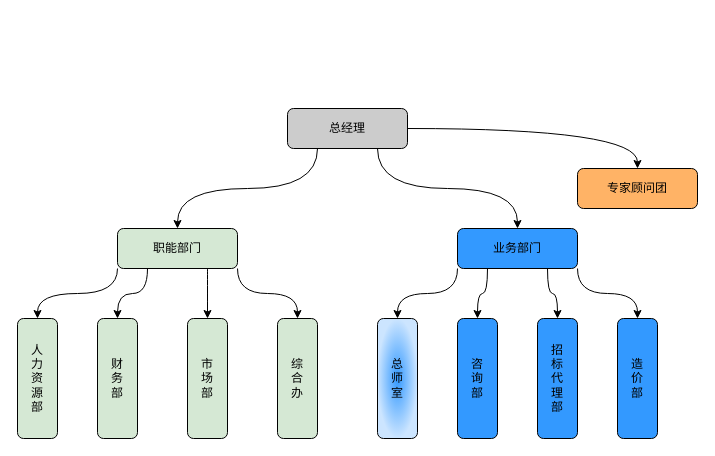
26awen/drawiofiles keeps this draw.io diagram as 公开招标流程.drawio. Above is the earlier version. Source tidied: cells renumbered, new cells numbered last; positions are measured from the earlier drawing's top-left corner, leaving out a move shared by most shapes. Both pictures are drawn from the tidied source at 100%, with x=0, y=0 at pixel (-23, 108).
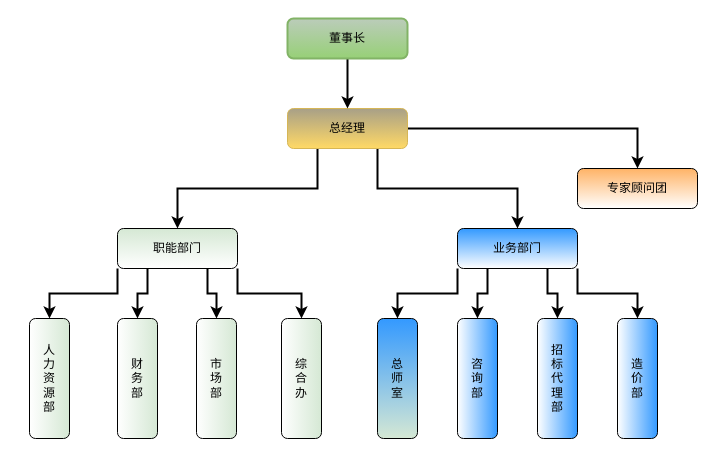
The same page after the edit.

Commit message:
更新公开招标流程.drawio

Change to the diagram source:
```diff
@@
-    <mxCell id="2" style="edgeStyle=orthogonalEdgeStyle;rounded=0;jettySize=auto;html=1;exitX=0.25;exitY=1;exitDx=0;exitDy=0;curved=1;" parent="1" edge="1" source="5" target="10">
+    <mxCell id="2" style="edgeStyle=orthogonalEdgeStyle;rounded=0;jettySize=auto;html=1;exitX=0.25;exitY=1;exitDx=0;exitDy=0;strokeWidth=2;" parent="1" edge="1" source="5" target="10">
       <mxGeometry relative="1" as="geometry" />
     </mxCell>
-    <mxCell id="3" style="edgeStyle=orthogonalEdgeStyle;rounded=0;jettySize=auto;html=1;exitX=1;exitY=0.5;exitDx=0;exitDy=0;curved=1;" parent="1" edge="1" source="5" target="21">
+    <mxCell id="3" style="edgeStyle=orthogonalEdgeStyle;rounded=0;jettySize=auto;html=1;exitX=1;exitY=0.5;exitDx=0;exitDy=0;strokeWidth=2;" parent="1" edge="1" source="5" target="21">
       <mxGeometry relative="1" as="geometry" />
     </mxCell>
-    <mxCell id="4" style="edgeStyle=orthogonalEdgeStyle;rounded=0;jettySize=auto;html=1;exitX=0.75;exitY=1;exitDx=0;exitDy=0;entryX=0.5;entryY=0;entryDx=0;entryDy=0;curved=1;" parent="1" edge="1" source="5" target="16">
+    <mxCell id="4" style="edgeStyle=orthogonalEdgeStyle;rounded=0;jettySize=auto;html=1;exitX=0.75;exitY=1;exitDx=0;exitDy=0;entryX=0.5;entryY=0;entryDx=0;entryDy=0;strokeWidth=2;" parent="1" edge="1" source="5" target="16">
       <mxGeometry relative="1" as="geometry" />
     </mxCell>
-    <mxCell id="5" value="总经理" style="rounded=1;whiteSpace=wrap;html=1;fillColor=#CCCCCC;fillStyle=auto;gradientColor=none;" parent="1" vertex="1">
+    <mxCell id="5" value="总经理" style="rounded=1;whiteSpace=wrap;html=1;fillColor=#A8A087;fillStyle=auto;gradientColor=#ffd966;strokeColor=#d6b656;" parent="1" vertex="1">
       <mxGeometry x="310" width="120" height="40" as="geometry" />
     </mxCell>
-    <mxCell id="6" style="edgeStyle=orthogonalEdgeStyle;rounded=0;jettySize=auto;html=1;exitX=0;exitY=1;exitDx=0;exitDy=0;curved=1;" parent="1" edge="1" source="10" target="11">
+    <mxCell id="6" style="edgeStyle=orthogonalEdgeStyle;rounded=0;jettySize=auto;html=1;exitX=0;exitY=1;exitDx=0;exitDy=0;strokeWidth=2;" parent="1" edge="1" source="10" target="11">
       <mxGeometry relative="1" as="geometry" />
     </mxCell>
-    <mxCell id="7" style="edgeStyle=orthogonalEdgeStyle;rounded=0;jettySize=auto;html=1;exitX=1;exitY=1;exitDx=0;exitDy=0;curved=1;" parent="1" edge="1" source="10" target="18">
+    <mxCell id="7" style="edgeStyle=orthogonalEdgeStyle;rounded=0;jettySize=auto;html=1;exitX=1;exitY=1;exitDx=0;exitDy=0;strokeWidth=2;" parent="1" edge="1" source="10" target="18">
       <mxGeometry relative="1" as="geometry" />
     </mxCell>
-    <mxCell id="8" style="edgeStyle=orthogonalEdgeStyle;rounded=0;jettySize=auto;html=1;exitX=0.75;exitY=1;exitDx=0;exitDy=0;entryX=0;entryY=0.5;entryDx=0;entryDy=0;curved=1;" parent="1" edge="1" source="10" target="19">
+    <mxCell id="8" style="edgeStyle=orthogonalEdgeStyle;rounded=0;jettySize=auto;html=1;exitX=0.75;exitY=1;exitDx=0;exitDy=0;entryX=0;entryY=0.5;entryDx=0;entryDy=0;strokeWidth=2;" parent="1" edge="1" source="10" target="19">
       <mxGeometry relative="1" as="geometry" />
     </mxCell>
-    <mxCell id="9" style="edgeStyle=orthogonalEdgeStyle;rounded=0;jettySize=auto;html=1;exitX=0.25;exitY=1;exitDx=0;exitDy=0;entryX=0;entryY=0.5;entryDx=0;entryDy=0;curved=1;" parent="1" edge="1" source="10" target="17">
+    <mxCell id="9" style="edgeStyle=orthogonalEdgeStyle;rounded=0;jettySize=auto;html=1;exitX=0.25;exitY=1;exitDx=0;exitDy=0;strokeWidth=2;" parent="1" edge="1" source="10" target="17">
       <mxGeometry relative="1" as="geometry" />
     </mxCell>
-    <mxCell id="10" value="职能部门" style="rounded=1;whiteSpace=wrap;html=1;fillColor=#D5E8D4;" parent="1" vertex="1">
+    <mxCell id="10" value="职能部门" style="rounded=1;whiteSpace=wrap;html=1;fillColor=#D5E8D4;gradientColor=#FFFFFF;" parent="1" vertex="1">
       <mxGeometry x="140" y="120" width="120" height="40" as="geometry" />
     </mxCell>
-    <mxCell id="11" value="人&lt;br&gt;力&lt;br&gt;资&lt;br&gt;源&lt;br&gt;部" style="rounded=1;whiteSpace=wrap;html=1;fillColor=#D5E8D4;rotation=90;verticalAlign=middle;align=center;horizontal=0;" parent="1" vertex="1">
-      <mxGeometry y="250" width="120" height="40" as="geometry" />
+    <mxCell id="11" value="人&lt;br&gt;力&lt;br&gt;资&lt;br&gt;源&lt;br&gt;部" style="rounded=1;whiteSpace=wrap;html=1;fillColor=#D5E8D4;rotation=90;verticalAlign=middle;align=center;horizontal=0;gradientColor=#FFFFFF;" parent="1" vertex="1">
+      <mxGeometry x="12" y="250" width="120" height="40" as="geometry" />
     </mxCell>
-    <mxCell id="12" style="edgeStyle=orthogonalEdgeStyle;rounded=0;jettySize=auto;html=1;exitX=0;exitY=1;exitDx=0;exitDy=0;entryX=0;entryY=0.5;entryDx=0;entryDy=0;curved=1;" parent="1" edge="1" source="16" target="20">
+    <mxCell id="12" style="edgeStyle=orthogonalEdgeStyle;rounded=0;jettySize=auto;html=1;exitX=0;exitY=1;exitDx=0;exitDy=0;entryX=0;entryY=0.5;entryDx=0;entryDy=0;strokeWidth=2;" parent="1" edge="1" source="16" target="20">
       <mxGeometry relative="1" as="geometry" />
     </mxCell>
-    <mxCell id="13" style="edgeStyle=orthogonalEdgeStyle;rounded=0;jettySize=auto;html=1;exitX=0.25;exitY=1;exitDx=0;exitDy=0;entryX=0;entryY=0.5;entryDx=0;entryDy=0;curved=1;" parent="1" edge="1" source="16" target="22">
+    <mxCell id="13" style="edgeStyle=orthogonalEdgeStyle;rounded=0;jettySize=auto;html=1;exitX=0.25;exitY=1;exitDx=0;exitDy=0;entryX=0;entryY=0.5;entryDx=0;entryDy=0;strokeWidth=2;" parent="1" edge="1" source="16" target="22">
       <mxGeometry relative="1" as="geometry" />
     </mxCell>
-    <mxCell id="14" style="edgeStyle=orthogonalEdgeStyle;rounded=0;jettySize=auto;html=1;exitX=0.75;exitY=1;exitDx=0;exitDy=0;entryX=0;entryY=0.5;entryDx=0;entryDy=0;curved=1;" parent="1" edge="1" source="16" target="23">
+    <mxCell id="14" style="edgeStyle=orthogonalEdgeStyle;rounded=0;jettySize=auto;html=1;exitX=0.75;exitY=1;exitDx=0;exitDy=0;entryX=0;entryY=0.5;entryDx=0;entryDy=0;strokeWidth=2;" parent="1" edge="1" source="16" target="23">
       <mxGeometry relative="1" as="geometry" />
     </mxCell>
-    <mxCell id="15" style="edgeStyle=orthogonalEdgeStyle;rounded=0;jettySize=auto;html=1;exitX=1;exitY=1;exitDx=0;exitDy=0;entryX=0;entryY=0.5;entryDx=0;entryDy=0;curved=1;" parent="1" edge="1" source="16" target="24">
+    <mxCell id="15" style="edgeStyle=orthogonalEdgeStyle;rounded=0;jettySize=auto;html=1;exitX=1;exitY=1;exitDx=0;exitDy=0;entryX=0;entryY=0.5;entryDx=0;entryDy=0;strokeWidth=2;" parent="1" edge="1" source="16" target="24">
       <mxGeometry relative="1" as="geometry" />
     </mxCell>
-    <mxCell id="16" value="业务部门" style="rounded=1;whiteSpace=wrap;html=1;fillColor=#3399FF;" parent="1" vertex="1">
+    <mxCell id="16" value="业务部门" style="rounded=1;whiteSpace=wrap;html=1;fillColor=#3399FF;gradientColor=#FFFFFF;" parent="1" vertex="1">
       <mxGeometry x="480" y="120" width="120" height="40" as="geometry" />
     </mxCell>
-    <mxCell id="17" value="财&lt;br&gt;务&lt;br&gt;部" style="rounded=1;whiteSpace=wrap;html=1;fillColor=#D5E8D4;rotation=90;horizontal=0;" parent="1" vertex="1">
-      <mxGeometry x="80" y="250" width="120" height="40" as="geometry" />
+    <mxCell id="17" value="财&lt;br&gt;务&lt;br&gt;部" style="rounded=1;whiteSpace=wrap;html=1;fillColor=#D5E8D4;rotation=90;horizontal=0;gradientColor=#FFFFFF;" parent="1" vertex="1">
+      <mxGeometry x="100" y="250" width="120" height="40" as="geometry" />
     </mxCell>
-    <mxCell id="18" value="综&lt;br&gt;合&lt;br&gt;办" style="rounded=1;whiteSpace=wrap;html=1;fillColor=#D5E8D4;rotation=90;horizontal=0;" parent="1" vertex="1">
-      <mxGeometry x="260" y="250" width="120" height="40" as="geometry" />
+    <mxCell id="18" value="综&lt;br&gt;合&lt;br&gt;办" style="rounded=1;whiteSpace=wrap;html=1;fillColor=#D5E8D4;rotation=90;horizontal=0;gradientColor=#FFFFFF;" parent="1" vertex="1">
+      <mxGeometry x="264" y="250" width="120" height="40" as="geometry" />
     </mxCell>
-    <mxCell id="19" value="市&lt;br&gt;场&lt;br&gt;部" style="rounded=1;whiteSpace=wrap;html=1;fillColor=#D5E8D4;rotation=90;horizontal=0;" parent="1" vertex="1">
-      <mxGeometry x="170" y="250" width="120" height="40" as="geometry" />
+    <mxCell id="19" value="市&lt;br&gt;场&lt;br&gt;部" style="rounded=1;whiteSpace=wrap;html=1;fillColor=#D5E8D4;rotation=90;horizontal=0;gradientColor=#FFFFFF;" parent="1" vertex="1">
+      <mxGeometry x="179" y="250" width="120" height="40" as="geometry" />
     </mxCell>
-    <mxCell id="20" value="总&lt;br&gt;师&lt;br&gt;室" style="rounded=1;whiteSpace=wrap;html=1;fillColor=#3399FF;rotation=90;horizontal=0;gradientColor=#CCE5FF;gradientDirection=radial;" parent="1" vertex="1">
+    <mxCell id="20" value="总&lt;br&gt;师&lt;br&gt;室" style="rounded=1;whiteSpace=wrap;html=1;fillColor=#3399FF;rotation=90;horizontal=0;gradientColor=#D5E8D4;gradientDirection=east;" parent="1" vertex="1">
       <mxGeometry x="360" y="250" width="120" height="40" as="geometry" />
     </mxCell>
-    <mxCell id="21" value="专家顾问团" style="rounded=1;whiteSpace=wrap;html=1;fillColor=#FFB366;" parent="1" vertex="1">
+    <mxCell id="21" value="专家顾问团" style="rounded=1;whiteSpace=wrap;html=1;fillColor=#FFB366;gradientColor=#FFFFFF;" parent="1" vertex="1">
       <mxGeometry x="600" y="60" width="120" height="40" as="geometry" />
     </mxCell>
-    <mxCell id="22" value="咨&lt;br&gt;询&lt;br&gt;部" style="rounded=1;whiteSpace=wrap;html=1;fillColor=#3399FF;rotation=90;horizontal=0;" parent="1" vertex="1">
+    <mxCell id="22" value="咨&lt;br&gt;询&lt;br&gt;部" style="rounded=1;whiteSpace=wrap;html=1;fillColor=#3399FF;rotation=90;horizontal=0;gradientColor=#FFFFFF;" parent="1" vertex="1">
       <mxGeometry x="440" y="250" width="120" height="40" as="geometry" />
     </mxCell>
-    <mxCell id="23" value="招&lt;br&gt;标&lt;br&gt;代&lt;br&gt;理&lt;br&gt;部" style="rounded=1;whiteSpace=wrap;html=1;fillColor=#3399FF;rotation=90;horizontal=0;" parent="1" vertex="1">
+    <mxCell id="23" value="招&lt;br&gt;标&lt;br&gt;代&lt;br&gt;理&lt;br&gt;部" style="rounded=1;whiteSpace=wrap;html=1;fillColor=#3399FF;rotation=90;horizontal=0;gradientColor=#FFFFFF;" parent="1" vertex="1">
       <mxGeometry x="520" y="250" width="120" height="40" as="geometry" />
     </mxCell>
-    <mxCell id="24" value="造&lt;br&gt;价&lt;br&gt;部" style="rounded=1;whiteSpace=wrap;html=1;fillColor=#3399FF;rotation=90;horizontal=0;" parent="1" vertex="1">
+    <mxCell id="24" value="造&lt;br&gt;价&lt;br&gt;部" style="rounded=1;whiteSpace=wrap;html=1;fillColor=#3399FF;rotation=90;horizontal=0;gradientColor=#FFFFFF;" parent="1" vertex="1">
       <mxGeometry x="600" y="250" width="120" height="40" as="geometry" />
     </mxCell>
+    <mxCell id="25" style="edgeStyle=orthogonalEdgeStyle;rounded=0;jettySize=auto;html=1;exitX=0.5;exitY=1;exitDx=0;exitDy=0;entryX=0.5;entryY=0;entryDx=0;entryDy=0;strokeWidth=2;" parent="1" edge="1" source="26" target="5">
+      <mxGeometry relative="1" as="geometry" />
+    </mxCell>
+    <mxCell id="26" value="董事长" style="rounded=1;whiteSpace=wrap;html=1;fillStyle=auto;fillColor=#BBCCBA;strokeColor=#82b366;strokeWidth=2;gradientColor=#97d077;" parent="1" vertex="1">
+      <mxGeometry x="310" y="-90" width="120" height="40" as="geometry" />
+    </mxCell>
```
